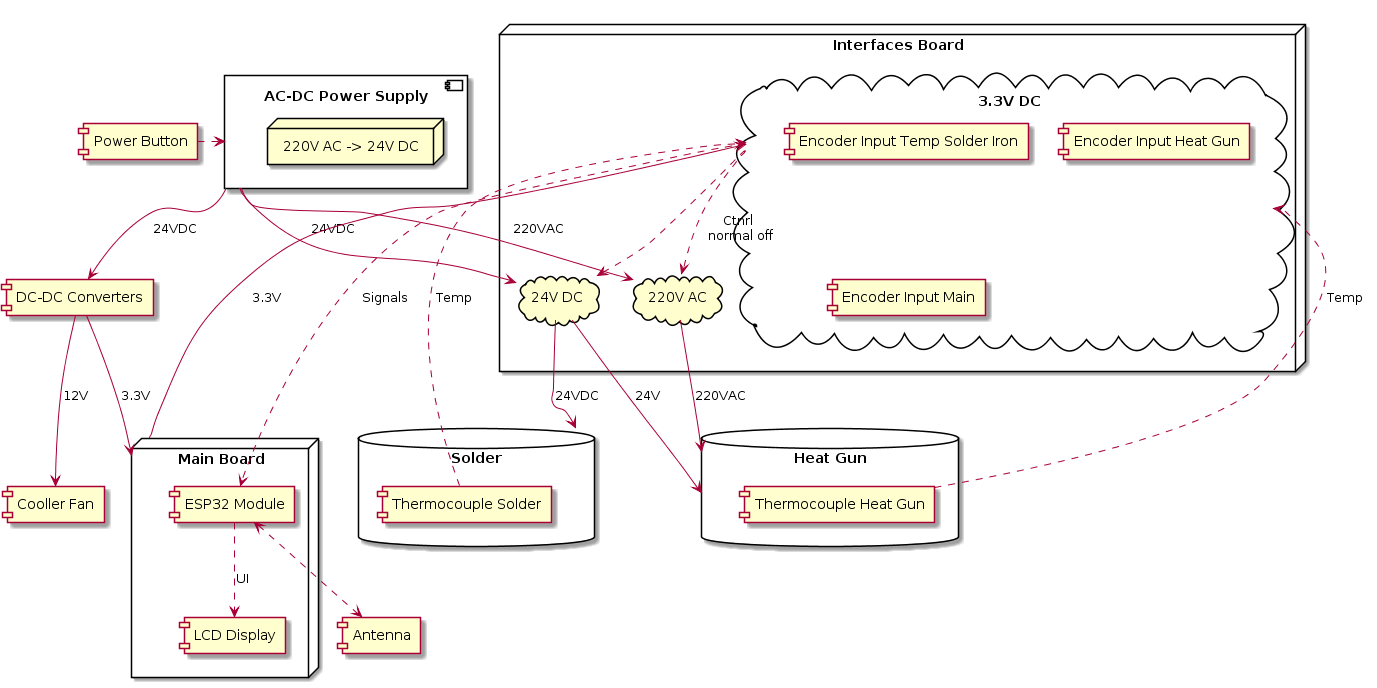
Above: out/doc/device_structure/device_structure.png in keyfour/Phixilab-Soldering-Station (PlantUML), before the change.
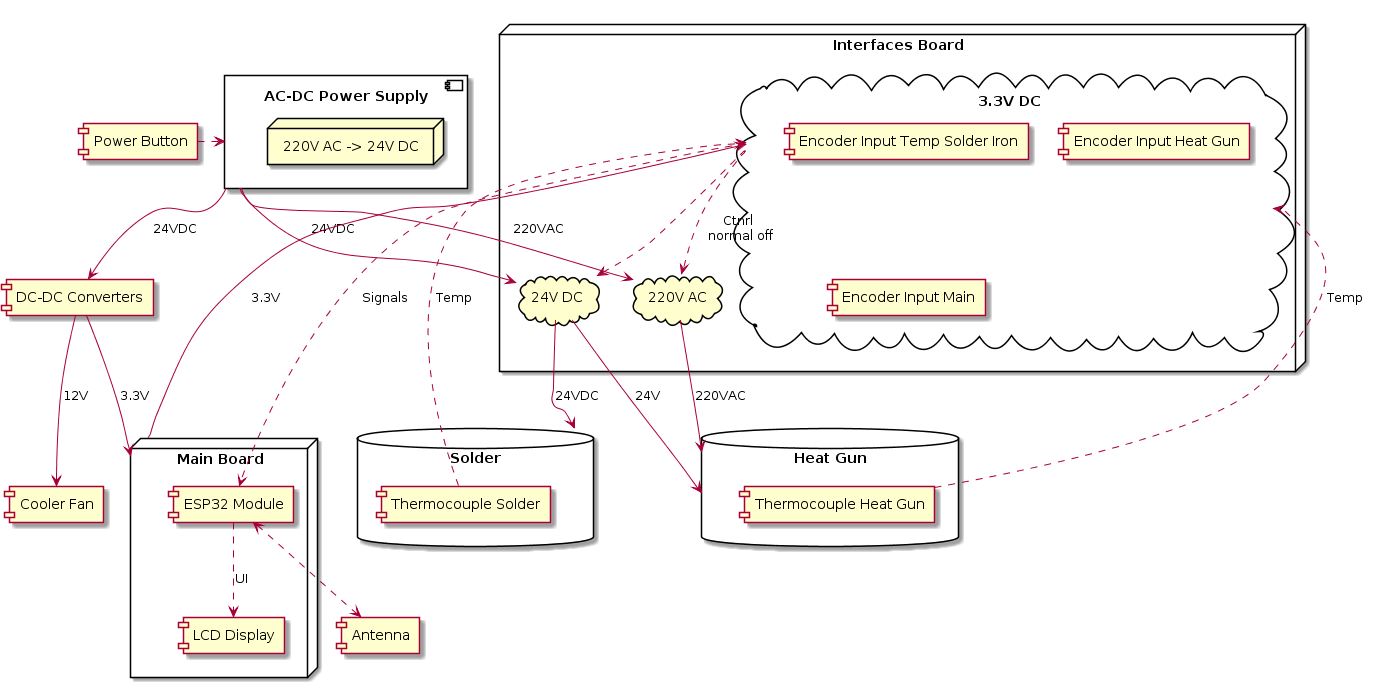
After the commit.

Diff of the diagram source:
```diff
@@ -4,7 +4,7 @@
     node "220V AC -> 24V DC"
 }
 component "DC-DC Converters" as converter
-component "Cooller Fan" as cooller
+component "Cooler Fan" as cooller
 component "Antenna" as antenna
 component "Power Button" as button
 
```
